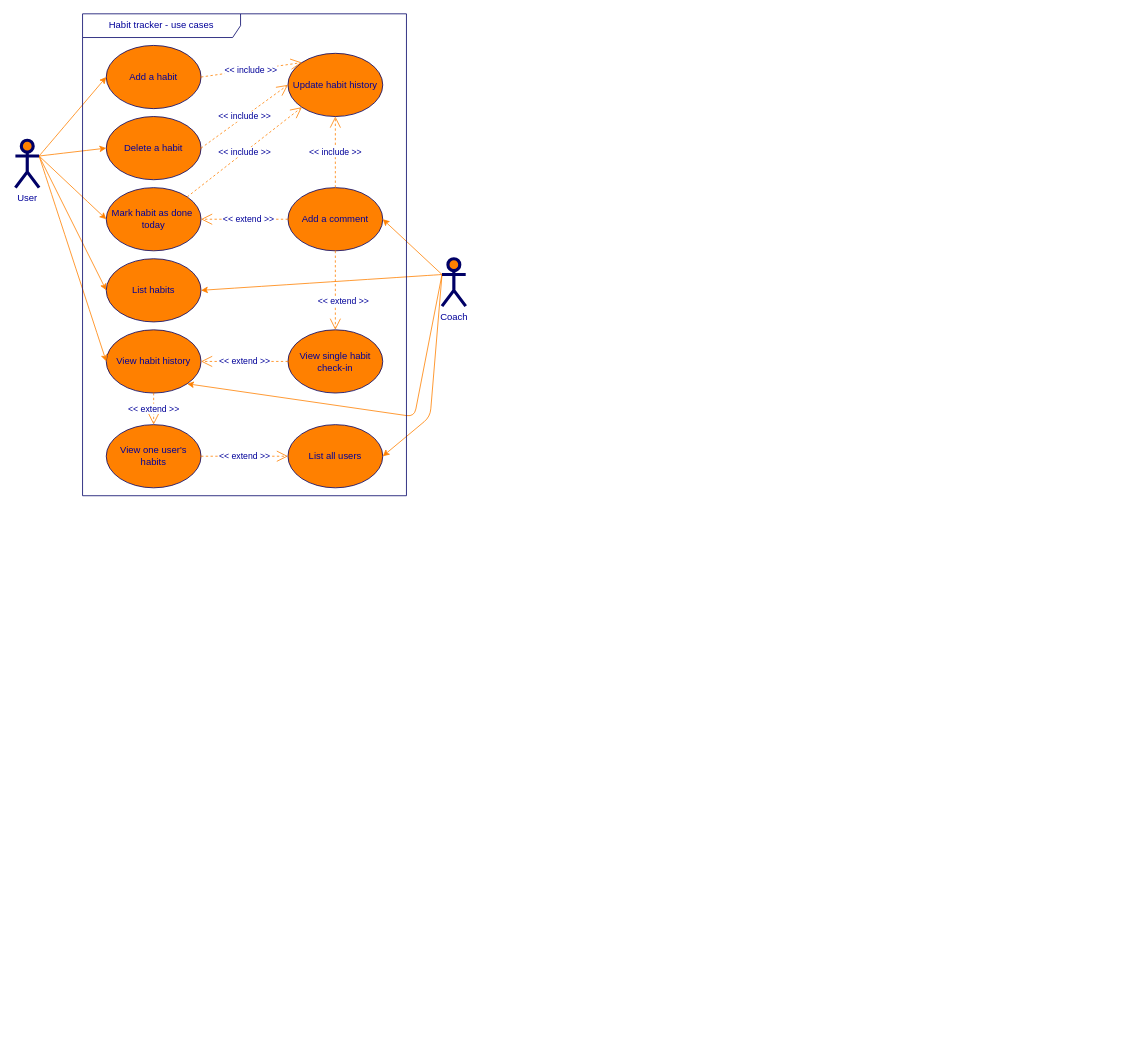
Earlier version of the draw.io diagram UseCaseDiagram.drawio (JonathanJacobson/DrawIO). Source tidied: cells renumbered, new cells numbered last; positions are measured from the earlier drawing's top-left corner, leaving out a move shared by most shapes. Both pictures are drawn from the tidied source at 79%, with x=0, y=0 at pixel (15, 13).
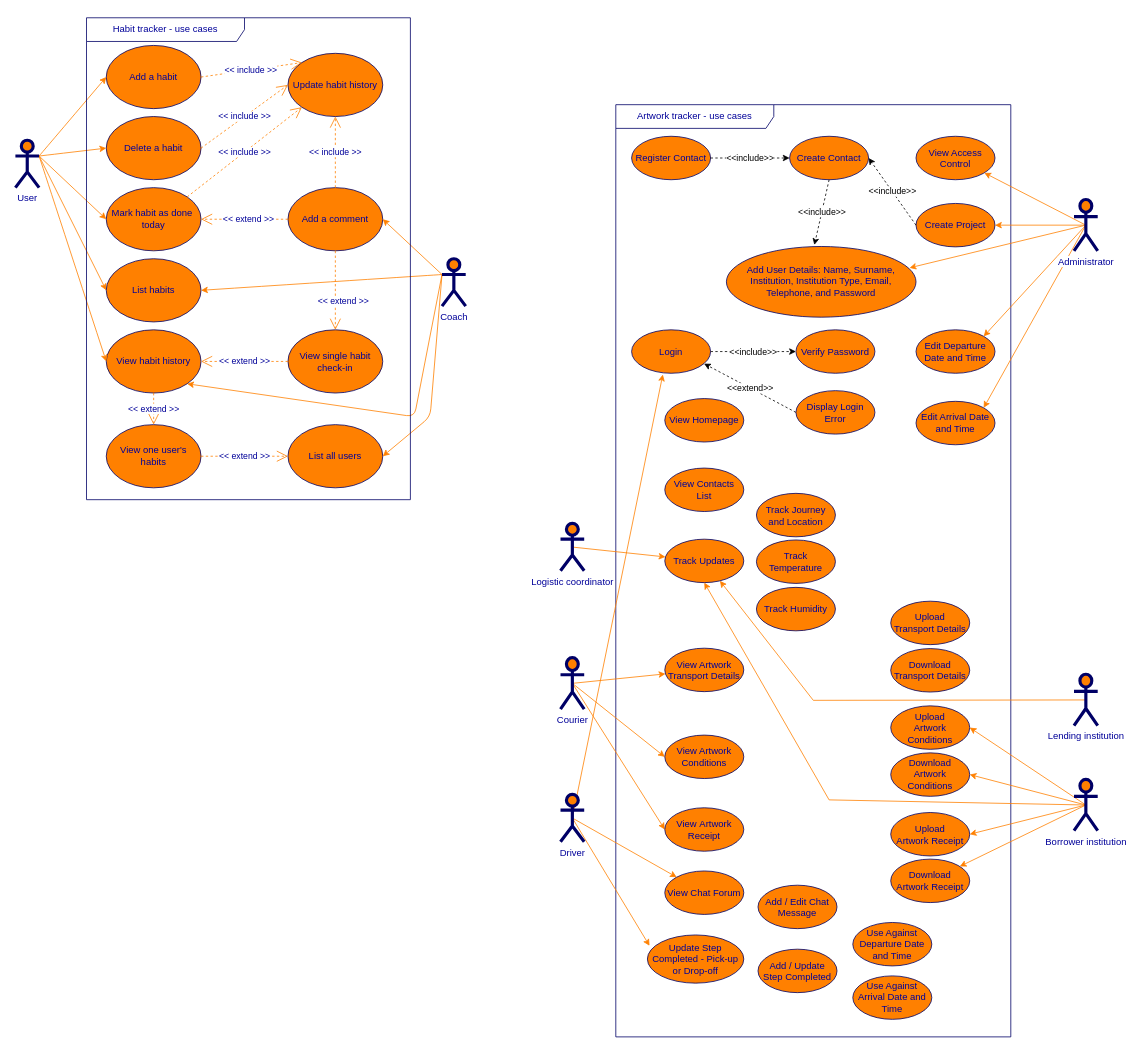
The same page after the edit.

The edit, as a diff of the source:
```diff
@@
     <mxCell id="23" value="Habit tracker - use cases" style="shape=umlFrame;whiteSpace=wrap;html=1;strokeWidth=1;fillColor=none;width=200;height=30;fontColor=#000099;strokeColor=#000066;" parent="1" vertex="1">
-      <mxGeometry x="85" width="410" height="610" as="geometry" />
+      <mxGeometry x="90" y="5" width="410" height="610" as="geometry" />
     </mxCell>
@@
+    <mxCell id="33" value="Artwork&amp;nbsp;tracker - use cases" style="shape=umlFrame;whiteSpace=wrap;html=1;strokeWidth=1;fillColor=none;width=200;height=30;fontColor=#000099;strokeColor=#000066;" parent="1" vertex="1">
+      <mxGeometry x="760" y="115" width="500" height="1180" as="geometry" />
+    </mxCell>
+    <mxCell id="34" style="edgeStyle=none;rounded=0;jettySize=auto;html=1;exitX=0.5;exitY=0.5;exitDx=0;exitDy=0;exitPerimeter=0;entryX=0.395;entryY=1.029;entryDx=0;entryDy=0;strokeColor=#ff8000;strokeWidth=1;endArrow=classic;endFill=1;entryPerimeter=0;" parent="1" edge="1" source="37" target="58">
+      <mxGeometry relative="1" as="geometry" />
+    </mxCell>
+    <mxCell id="35" style="edgeStyle=none;rounded=0;jettySize=auto;html=1;exitX=0.5;exitY=0.5;exitDx=0;exitDy=0;exitPerimeter=0;strokeColor=#ff8000;strokeWidth=1;endArrow=classic;endFill=1;entryX=0.022;entryY=0.225;entryDx=0;entryDy=0;entryPerimeter=0;" parent="1" edge="1" source="37" target="66">
+      <mxGeometry relative="1" as="geometry" />
+    </mxCell>
+    <mxCell id="36" style="edgeStyle=none;rounded=0;jettySize=auto;html=1;exitX=0.5;exitY=0.5;exitDx=0;exitDy=0;exitPerimeter=0;strokeColor=#ff8000;strokeWidth=1;endArrow=classic;endFill=1;" parent="1" edge="1" source="37" target="64">
+      <mxGeometry relative="1" as="geometry" />
+    </mxCell>
+    <mxCell id="37" value="Driver" style="shape=umlActor;verticalLabelPosition=bottom;labelBackgroundColor=#ffffff;verticalAlign=top;html=1;strokeWidth=4;fillColor=#FF8000;strokeColor=#000066;fontColor=#000099;" parent="1" vertex="1">
+      <mxGeometry x="690" y="988" width="30" height="60" as="geometry" />
+    </mxCell>
+    <mxCell id="38" style="edgeStyle=none;rounded=0;jettySize=auto;html=1;exitX=0.5;exitY=0.5;exitDx=0;exitDy=0;exitPerimeter=0;strokeColor=#ff8000;strokeWidth=1;endArrow=classic;endFill=1;" parent="1" edge="1" source="43" target="67">
+      <mxGeometry relative="1" as="geometry" />
+    </mxCell>
+    <mxCell id="39" style="edgeStyle=none;rounded=0;jettySize=auto;html=1;exitX=0.5;exitY=0.5;exitDx=0;exitDy=0;exitPerimeter=0;strokeColor=#ff8000;strokeWidth=1;endArrow=classic;endFill=1;" parent="1" edge="1" source="43" target="78">
+      <mxGeometry relative="1" as="geometry" />
+    </mxCell>
+    <mxCell id="40" style="edgeStyle=none;rounded=0;jettySize=auto;html=1;exitX=0.5;exitY=0.5;exitDx=0;exitDy=0;exitPerimeter=0;strokeColor=#ff8000;strokeWidth=1;endArrow=classic;endFill=1;entryX=0.966;entryY=0.302;entryDx=0;entryDy=0;entryPerimeter=0;" parent="1" edge="1" source="43" target="89">
+      <mxGeometry relative="1" as="geometry" />
+    </mxCell>
+    <mxCell id="41" style="edgeStyle=none;rounded=0;jettySize=auto;html=1;exitX=0.5;exitY=0.5;exitDx=0;exitDy=0;exitPerimeter=0;entryX=1;entryY=0;entryDx=0;entryDy=0;strokeColor=#ff8000;strokeWidth=1;endArrow=classic;endFill=1;" parent="1" edge="1" source="43" target="85">
+      <mxGeometry relative="1" as="geometry" />
+    </mxCell>
+    <mxCell id="42" style="edgeStyle=none;rounded=0;jettySize=auto;html=1;exitX=0.5;exitY=0.5;exitDx=0;exitDy=0;exitPerimeter=0;entryX=1;entryY=0;entryDx=0;entryDy=0;strokeColor=#ff8000;strokeWidth=1;endArrow=classic;endFill=1;" parent="1" edge="1" source="43" target="86">
+      <mxGeometry relative="1" as="geometry" />
+    </mxCell>
+    <mxCell id="43" value="Administrator" style="shape=umlActor;verticalLabelPosition=bottom;labelBackgroundColor=#ffffff;verticalAlign=top;html=1;strokeWidth=4;fillColor=#FF8000;strokeColor=#000066;fontColor=#000099;" parent="1" vertex="1">
+      <mxGeometry x="1340" y="235" width="30" height="65" as="geometry" />
+    </mxCell>
+    <mxCell id="44" style="edgeStyle=none;rounded=0;jettySize=auto;html=1;exitX=0.5;exitY=0.5;exitDx=0;exitDy=0;exitPerimeter=0;strokeColor=#ff8000;strokeWidth=1;endArrow=classic;endFill=1;" parent="1" edge="1" source="45" target="60">
+      <mxGeometry relative="1" as="geometry">
+        <Array as="points">
+          <mxPoint x="1010" y="869" />
+        </Array>
+      </mxGeometry>
+    </mxCell>
+    <mxCell id="45" value="Lending institution" style="shape=umlActor;verticalLabelPosition=bottom;labelBackgroundColor=#ffffff;verticalAlign=top;html=1;strokeWidth=4;fillColor=#FF8000;strokeColor=#000066;fontColor=#000099;" parent="1" vertex="1">
+      <mxGeometry x="1340" y="836" width="30" height="65" as="geometry" />
+    </mxCell>
+    <mxCell id="46" style="edgeStyle=none;rounded=0;jettySize=auto;html=1;exitX=0.5;exitY=0.5;exitDx=0;exitDy=0;exitPerimeter=0;entryX=1;entryY=0.5;entryDx=0;entryDy=0;strokeColor=#ff8000;strokeWidth=1;endArrow=classic;endFill=1;" parent="1" edge="1" source="51" target="76">
+      <mxGeometry relative="1" as="geometry" />
+    </mxCell>
+    <mxCell id="47" style="edgeStyle=none;rounded=0;jettySize=auto;html=1;exitX=0.5;exitY=0.5;exitDx=0;exitDy=0;exitPerimeter=0;entryX=1;entryY=0.5;entryDx=0;entryDy=0;strokeColor=#ff8000;strokeWidth=1;endArrow=classic;endFill=1;" parent="1" edge="1" source="51" target="74">
+      <mxGeometry relative="1" as="geometry" />
+    </mxCell>
+    <mxCell id="48" style="edgeStyle=none;rounded=0;jettySize=auto;html=1;exitX=0.5;exitY=0.5;exitDx=0;exitDy=0;exitPerimeter=0;entryX=1;entryY=0.5;entryDx=0;entryDy=0;strokeColor=#ff8000;strokeWidth=1;endArrow=classic;endFill=1;" parent="1" edge="1" source="51" target="75">
+      <mxGeometry relative="1" as="geometry" />
+    </mxCell>
+    <mxCell id="49" style="edgeStyle=none;rounded=0;jettySize=auto;html=1;exitX=0.5;exitY=0.5;exitDx=0;exitDy=0;exitPerimeter=0;strokeColor=#ff8000;strokeWidth=1;endArrow=classic;endFill=1;" parent="1" edge="1" source="51" target="77">
+      <mxGeometry relative="1" as="geometry" />
+    </mxCell>
+    <mxCell id="50" style="edgeStyle=none;rounded=0;jettySize=auto;html=1;exitX=0.5;exitY=0.5;exitDx=0;exitDy=0;exitPerimeter=0;entryX=0.5;entryY=1;entryDx=0;entryDy=0;strokeColor=#ff8000;strokeWidth=1;endArrow=classic;endFill=1;" parent="1" edge="1" source="51" target="60">
+      <mxGeometry relative="1" as="geometry">
+        <Array as="points">
+          <mxPoint x="1030" y="995" />
+        </Array>
+      </mxGeometry>
+    </mxCell>
+    <mxCell id="51" value="Borrower institution" style="shape=umlActor;verticalLabelPosition=bottom;labelBackgroundColor=#ffffff;verticalAlign=top;html=1;strokeWidth=4;fillColor=#FF8000;strokeColor=#000066;fontColor=#000099;" parent="1" vertex="1">
+      <mxGeometry x="1340" y="969" width="30" height="65" as="geometry" />
+    </mxCell>
+    <mxCell id="52" style="edgeStyle=none;rounded=0;jettySize=auto;html=1;exitX=0.5;exitY=0.5;exitDx=0;exitDy=0;exitPerimeter=0;strokeColor=#ff8000;strokeWidth=1;endArrow=classic;endFill=1;" parent="1" edge="1" source="55" target="61">
+      <mxGeometry relative="1" as="geometry" />
+    </mxCell>
+    <mxCell id="53" style="edgeStyle=none;rounded=0;jettySize=auto;html=1;exitX=0.5;exitY=0.5;exitDx=0;exitDy=0;exitPerimeter=0;entryX=0;entryY=0.5;entryDx=0;entryDy=0;strokeColor=#ff8000;strokeWidth=1;endArrow=classic;endFill=1;" parent="1" edge="1" source="55" target="62">
+      <mxGeometry relative="1" as="geometry" />
+    </mxCell>
+    <mxCell id="54" style="edgeStyle=none;rounded=0;jettySize=auto;html=1;exitX=0.5;exitY=0.5;exitDx=0;exitDy=0;exitPerimeter=0;entryX=0;entryY=0.5;entryDx=0;entryDy=0;strokeColor=#ff8000;strokeWidth=1;endArrow=classic;endFill=1;" parent="1" edge="1" source="55" target="63">
+      <mxGeometry relative="1" as="geometry" />
+    </mxCell>
+    <mxCell id="55" value="Courier" style="shape=umlActor;verticalLabelPosition=bottom;labelBackgroundColor=#ffffff;verticalAlign=top;html=1;strokeWidth=4;fillColor=#FF8000;strokeColor=#000066;fontColor=#000099;" parent="1" vertex="1">
+      <mxGeometry x="690" y="815" width="30" height="65" as="geometry" />
+    </mxCell>
+    <mxCell id="56" style="edgeStyle=none;rounded=0;jettySize=auto;html=1;exitX=0.5;exitY=0.5;exitDx=0;exitDy=0;exitPerimeter=0;strokeColor=#ff8000;strokeWidth=1;endArrow=classic;endFill=1;" parent="1" edge="1" source="57" target="60">
+      <mxGeometry relative="1" as="geometry" />
+    </mxCell>
+    <mxCell id="57" value="Logistic coordinator" style="shape=umlActor;verticalLabelPosition=bottom;labelBackgroundColor=#ffffff;verticalAlign=top;html=1;strokeWidth=4;fillColor=#FF8000;strokeColor=#000066;fontColor=#000099;" parent="1" vertex="1">
+      <mxGeometry x="690" y="645" width="30" height="60" as="geometry" />
+    </mxCell>
+    <mxCell id="58" value="Login" style="ellipse;whiteSpace=wrap;html=1;fillColor=#FF8000;strokeColor=#000066;fontColor=#000099;" parent="1" vertex="1">
+      <mxGeometry x="780" y="400" width="100" height="55" as="geometry" />
+    </mxCell>
+    <mxCell id="59" value="View&amp;nbsp;Homepage" style="ellipse;whiteSpace=wrap;html=1;fillColor=#FF8000;strokeColor=#000066;fontColor=#000099;" parent="1" vertex="1">
+      <mxGeometry x="822" y="487" width="100" height="55" as="geometry" />
+    </mxCell>
+    <mxCell id="60" value="Track Updates" style="ellipse;whiteSpace=wrap;html=1;fillColor=#FF8000;strokeColor=#000066;fontColor=#000099;" parent="1" vertex="1">
+      <mxGeometry x="822" y="665" width="100" height="55" as="geometry" />
+    </mxCell>
+    <mxCell id="61" value="View Artwork Transport Details" style="ellipse;whiteSpace=wrap;html=1;fillColor=#FF8000;strokeColor=#000066;fontColor=#000099;" parent="1" vertex="1">
+      <mxGeometry x="822" y="803" width="100" height="55" as="geometry" />
+    </mxCell>
+    <mxCell id="62" value="View Artwork Conditions" style="ellipse;whiteSpace=wrap;html=1;fillColor=#FF8000;strokeColor=#000066;fontColor=#000099;" parent="1" vertex="1">
+      <mxGeometry x="822" y="913" width="100" height="55" as="geometry" />
+    </mxCell>
+    <mxCell id="63" value="View&amp;nbsp;Artwork Receipt" style="ellipse;whiteSpace=wrap;html=1;fillColor=#FF8000;strokeColor=#000066;fontColor=#000099;" parent="1" vertex="1">
+      <mxGeometry x="822" y="1005" width="100" height="55" as="geometry" />
+    </mxCell>
+    <mxCell id="64" value="View Chat Forum" style="ellipse;whiteSpace=wrap;html=1;fillColor=#FF8000;strokeColor=#000066;fontColor=#000099;" parent="1" vertex="1">
+      <mxGeometry x="822" y="1085" width="100" height="55" as="geometry" />
+    </mxCell>
+    <mxCell id="65" value="View Contacts List" style="ellipse;whiteSpace=wrap;html=1;fillColor=#FF8000;strokeColor=#000066;fontColor=#000099;" parent="1" vertex="1">
+      <mxGeometry x="822" y="575" width="100" height="55" as="geometry" />
+    </mxCell>
+    <mxCell id="66" value="Update Step Completed - Pick-up or Drop-off" style="ellipse;whiteSpace=wrap;html=1;fillColor=#FF8000;strokeColor=#000066;fontColor=#000099;" parent="1" vertex="1">
+      <mxGeometry x="800" y="1166" width="122" height="61" as="geometry" />
+    </mxCell>
+    <mxCell id="67" value="View Access Control" style="ellipse;whiteSpace=wrap;html=1;fillColor=#FF8000;strokeColor=#000066;fontColor=#000099;" parent="1" vertex="1">
+      <mxGeometry x="1140" y="155" width="100" height="55" as="geometry" />
+    </mxCell>
+    <mxCell id="68" value="Verify Password" style="ellipse;whiteSpace=wrap;html=1;fillColor=#FF8000;strokeColor=#000066;fontColor=#000099;" parent="1" vertex="1">
+      <mxGeometry x="988" y="400" width="100" height="55" as="geometry" />
+    </mxCell>
+    <mxCell id="69" value="&amp;lt;&amp;lt;extend&amp;gt;&amp;gt;" style="rounded=0;jettySize=auto;html=1;exitX=0;exitY=0.5;exitDx=0;exitDy=0;strokeColor=default;strokeWidth=1;endArrow=classic;endFill=1;entryX=0.917;entryY=0.779;entryDx=0;entryDy=0;entryPerimeter=0;dashed=1;" parent="1" edge="1" source="70" target="58">
+      <mxGeometry relative="1" as="geometry" />
+    </mxCell>
+    <mxCell id="70" value="Display Login Error" style="ellipse;whiteSpace=wrap;html=1;fillColor=#FF8000;strokeColor=#000066;fontColor=#000099;" parent="1" vertex="1">
+      <mxGeometry x="988" y="477" width="100" height="55" as="geometry" />
+    </mxCell>
+    <mxCell id="71" value="&amp;lt;&amp;lt;include&amp;gt;&amp;gt;" style="endArrow=classic;dashed=1;html=1;rounded=0;entryX=0;entryY=0.5;entryDx=0;entryDy=0;exitX=1;exitY=0.5;exitDx=0;exitDy=0;strokeColor=default;strokeWidth=1;endFill=1;" parent="1" edge="1" source="58" target="68">
+      <mxGeometry relative="1" as="geometry" />
+    </mxCell>
+    <mxCell id="72" value="Upload&lt;br&gt;Transport Details" style="ellipse;whiteSpace=wrap;html=1;fillColor=#FF8000;strokeColor=#000066;fontColor=#000099;" parent="1" vertex="1">
+      <mxGeometry x="1108" y="743.5" width="100" height="55" as="geometry" />
+    </mxCell>
+    <mxCell id="73" value="Download&lt;br&gt;Transport Details" style="ellipse;whiteSpace=wrap;html=1;fillColor=#FF8000;strokeColor=#000066;fontColor=#000099;" parent="1" vertex="1">
+      <mxGeometry x="1108" y="803.5" width="100" height="55" as="geometry" />
+    </mxCell>
+    <mxCell id="74" value="Upload&lt;br&gt;Artwork Conditions" style="ellipse;whiteSpace=wrap;html=1;fillColor=#FF8000;strokeColor=#000066;fontColor=#000099;" parent="1" vertex="1">
+      <mxGeometry x="1108" y="876" width="100" height="55" as="geometry" />
+    </mxCell>
+    <mxCell id="75" value="Download&lt;br&gt;Artwork Conditions" style="ellipse;whiteSpace=wrap;html=1;fillColor=#FF8000;strokeColor=#000066;fontColor=#000099;" parent="1" vertex="1">
+      <mxGeometry x="1108" y="935.5" width="100" height="55" as="geometry" />
+    </mxCell>
+    <mxCell id="76" value="Upload&lt;br&gt;Artwork Receipt" style="ellipse;whiteSpace=wrap;html=1;fillColor=#FF8000;strokeColor=#000066;fontColor=#000099;" parent="1" vertex="1">
+      <mxGeometry x="1108" y="1011" width="100" height="55" as="geometry" />
+    </mxCell>
+    <mxCell id="77" value="Download&lt;br&gt;Artwork Receipt" style="ellipse;whiteSpace=wrap;html=1;fillColor=#FF8000;strokeColor=#000066;fontColor=#000099;" parent="1" vertex="1">
+      <mxGeometry x="1108" y="1070" width="100" height="55" as="geometry" />
+    </mxCell>
+    <mxCell id="78" value="Create Project" style="ellipse;whiteSpace=wrap;html=1;fillColor=#FF8000;strokeColor=#000066;fontColor=#000099;" parent="1" vertex="1">
+      <mxGeometry x="1140" y="240" width="100" height="55" as="geometry" />
+    </mxCell>
+    <mxCell id="79" value="Register Contact" style="ellipse;whiteSpace=wrap;html=1;fillColor=#FF8000;strokeColor=#000066;fontColor=#000099;" parent="1" vertex="1">
+      <mxGeometry x="780" y="155" width="100" height="55" as="geometry" />
+    </mxCell>
+    <mxCell id="80" value="Track Journey and Location" style="ellipse;whiteSpace=wrap;html=1;fillColor=#FF8000;strokeColor=#000066;fontColor=#000099;" parent="1" vertex="1">
+      <mxGeometry x="938" y="607" width="100" height="55" as="geometry" />
+    </mxCell>
+    <mxCell id="81" value="Track Temperature" style="ellipse;whiteSpace=wrap;html=1;fillColor=#FF8000;strokeColor=#000066;fontColor=#000099;" parent="1" vertex="1">
+      <mxGeometry x="938" y="666" width="100" height="55" as="geometry" />
+    </mxCell>
+    <mxCell id="82" value="Track Humidity" style="ellipse;whiteSpace=wrap;html=1;fillColor=#FF8000;strokeColor=#000066;fontColor=#000099;" parent="1" vertex="1">
+      <mxGeometry x="938" y="726" width="100" height="55" as="geometry" />
+    </mxCell>
+    <mxCell id="83" value="Add / Edit Chat Message" style="ellipse;whiteSpace=wrap;html=1;fillColor=#FF8000;strokeColor=#000066;fontColor=#000099;" parent="1" vertex="1">
+      <mxGeometry x="940" y="1103" width="100" height="55" as="geometry" />
+    </mxCell>
+    <mxCell id="84" value="Add / Update Step Completed" style="ellipse;whiteSpace=wrap;html=1;fillColor=#FF8000;strokeColor=#000066;fontColor=#000099;" parent="1" vertex="1">
+      <mxGeometry x="940" y="1184" width="100" height="55" as="geometry" />
+    </mxCell>
+    <mxCell id="85" value="Edit Departure Date and Time" style="ellipse;whiteSpace=wrap;html=1;fillColor=#FF8000;strokeColor=#000066;fontColor=#000099;" parent="1" vertex="1">
+      <mxGeometry x="1140" y="400" width="100" height="55" as="geometry" />
+    </mxCell>
+    <mxCell id="86" value="Edit Arrival Date and Time" style="ellipse;whiteSpace=wrap;html=1;fillColor=#FF8000;strokeColor=#000066;fontColor=#000099;" parent="1" vertex="1">
+      <mxGeometry x="1140" y="490.5" width="100" height="55" as="geometry" />
+    </mxCell>
+    <mxCell id="87" value="Use Against Departure Date and Time" style="ellipse;whiteSpace=wrap;html=1;fillColor=#FF8000;strokeColor=#000066;fontColor=#000099;" parent="1" vertex="1">
+      <mxGeometry x="1060" y="1150.2" width="100" height="55" as="geometry" />
+    </mxCell>
+    <mxCell id="88" value="Use Against Arrival Date and Time" style="ellipse;whiteSpace=wrap;html=1;fillColor=#FF8000;strokeColor=#000066;fontColor=#000099;" parent="1" vertex="1">
+      <mxGeometry x="1060" y="1217.8" width="100" height="55" as="geometry" />
+    </mxCell>
+    <mxCell id="89" value="Add User Details: Name, Surname, Institution, Institution Type, Email, Telephone, and Password" style="ellipse;whiteSpace=wrap;html=1;fillColor=#FF8000;strokeColor=#000066;fontColor=#000099;" parent="1" vertex="1">
+      <mxGeometry x="900" y="294.5" width="240" height="89.5" as="geometry" />
+    </mxCell>
+    <mxCell id="90" value="Create Contact" style="ellipse;whiteSpace=wrap;html=1;fillColor=#FF8000;strokeColor=#000066;fontColor=#000099;" parent="1" vertex="1">
+      <mxGeometry x="980" y="155" width="100" height="55" as="geometry" />
+    </mxCell>
+    <mxCell id="91" value="&amp;lt;&amp;lt;include&amp;gt;&amp;gt;" style="endArrow=classic;dashed=1;html=1;rounded=0;exitX=0.5;exitY=1;exitDx=0;exitDy=0;strokeColor=default;strokeWidth=1;endFill=1;entryX=0.464;entryY=-0.022;entryDx=0;entryDy=0;entryPerimeter=0;" parent="1" edge="1" source="90" target="89">
+      <mxGeometry relative="1" as="geometry" />
+    </mxCell>
+    <mxCell id="92" value="&amp;lt;&amp;lt;include&amp;gt;&amp;gt;" style="endArrow=classic;dashed=1;html=1;rounded=0;exitX=0;exitY=0.5;exitDx=0;exitDy=0;strokeColor=default;strokeWidth=1;endFill=1;entryX=1;entryY=0.5;entryDx=0;entryDy=0;" parent="1" edge="1" source="78" target="90">
+      <mxGeometry relative="1" as="geometry" />
+    </mxCell>
+    <mxCell id="93" value="&amp;lt;&amp;lt;include&amp;gt;&amp;gt;" style="endArrow=classic;dashed=1;html=1;rounded=0;exitX=1;exitY=0.5;exitDx=0;exitDy=0;strokeColor=default;strokeWidth=1;endFill=1;entryX=0;entryY=0.5;entryDx=0;entryDy=0;" parent="1" edge="1" source="79" target="90">
+      <mxGeometry relative="1" as="geometry" />
+    </mxCell>
```
